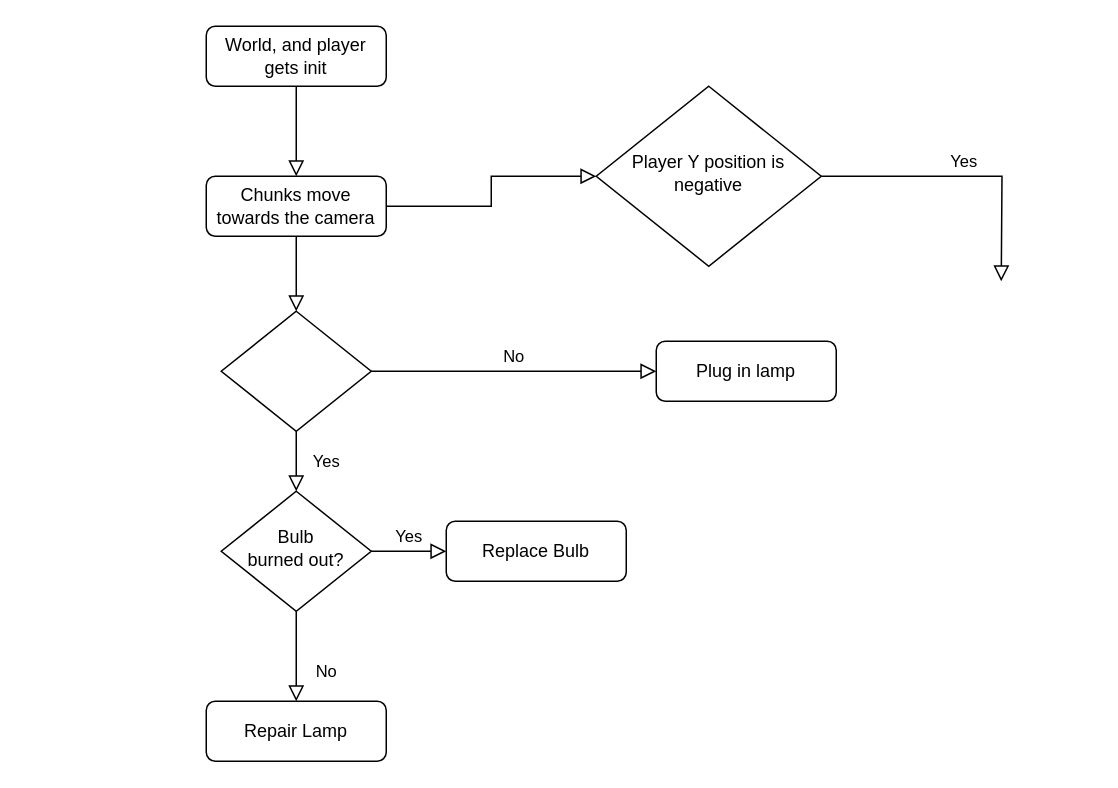
Earlier version of the draw.io diagram Main Gameplay Loop.drawio (OneBogdan01/tmpl8WSL2). Source tidied: cells renumbered, new cells numbered last; positions are measured from the earlier drawing's top-left corner, leaving out a move shared by most shapes. Both pictures are drawn from the tidied source at 150%, with x=0, y=0 at pixel (206, 26).
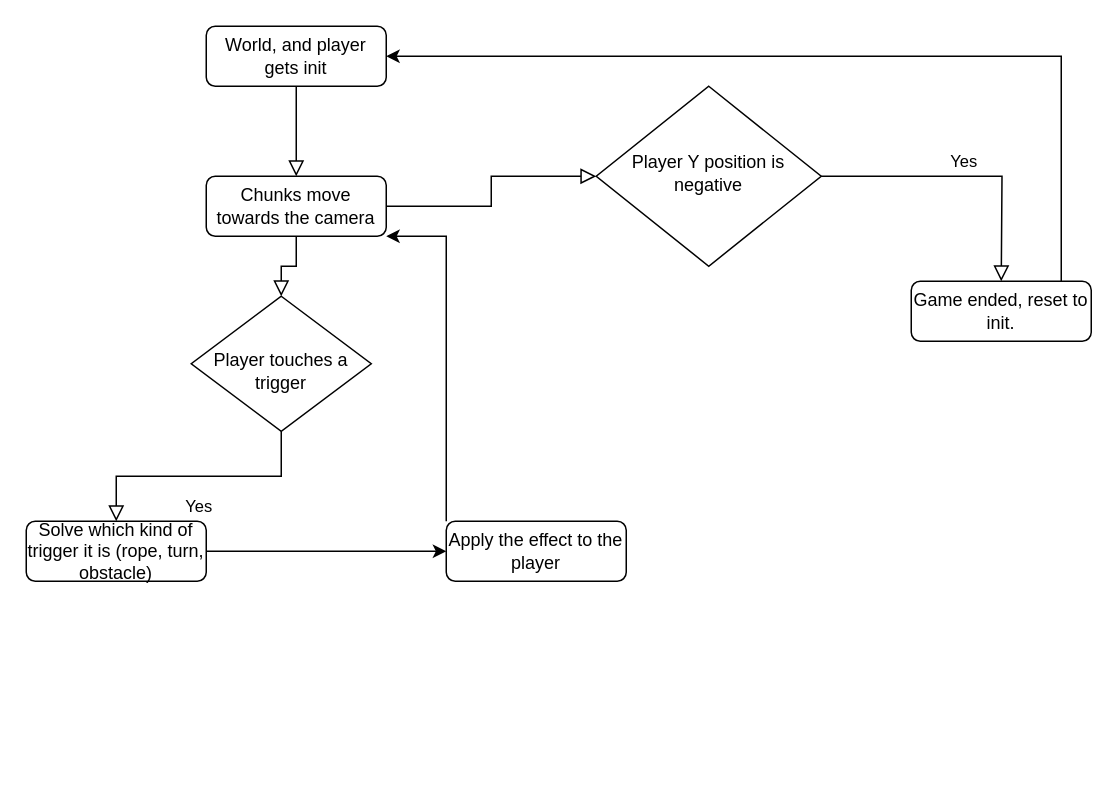
After the change.

The change refers to these unchanged cells:
```xml
<mxCell id="3" value="&lt;div&gt;Chunks move towards the camera&lt;/div&gt;" style="rounded=1;whiteSpace=wrap;html=1;fontSize=12;glass=0;strokeWidth=1;shadow=0;" parent="1" vertex="1">
  <mxGeometry y="100" width="120" height="40" as="geometry" />
</mxCell>
<mxCell id="13" value="World, and player gets init" style="rounded=1;whiteSpace=wrap;html=1;fontSize=12;glass=0;strokeWidth=1;shadow=0;" parent="1" vertex="1">
  <mxGeometry width="120" height="40" as="geometry" />
</mxCell>
```

Change to the diagram source:
```diff
@@
-    <mxCell id="4" value="Yes" style="rounded=0;html=1;jettySize=auto;fontSize=11;endArrow=block;endFill=0;endSize=8;strokeWidth=1;shadow=0;labelBackgroundColor=none;edgeStyle=orthogonalEdgeStyle;" parent="1" edge="1" source="6" target="10">
+    <mxCell id="4" value="Yes" style="rounded=0;html=1;jettySize=auto;fontSize=11;endArrow=block;endFill=0;endSize=8;strokeWidth=1;shadow=0;labelBackgroundColor=none;edgeStyle=orthogonalEdgeStyle;" parent="1" edge="1" source="6" target="22">
       <mxGeometry y="20" relative="1" as="geometry" />
     </mxCell>
-    <mxCell id="5" value="No" style="edgeStyle=orthogonalEdgeStyle;rounded=0;html=1;jettySize=auto;fontSize=11;endArrow=block;endFill=0;endSize=8;strokeWidth=1;shadow=0;labelBackgroundColor=none;" parent="1" edge="1" source="6" target="7">
-      <mxGeometry y="10" relative="1" as="geometry" />
-    </mxCell>
-    <mxCell id="6" style="rhombus;whiteSpace=wrap;html=1;shadow=0;fontFamily=Helvetica;fontSize=12;align=center;strokeWidth=1;spacing=6;spacingTop=-4;" parent="1" vertex="1">
-      <mxGeometry x="10" y="190" width="100" height="80" as="geometry" />
+    <mxCell id="6" value="&lt;br&gt;Player touches a trigger" style="rhombus;whiteSpace=wrap;html=1;shadow=0;fontFamily=Helvetica;fontSize=12;align=center;strokeWidth=1;spacing=6;spacingTop=-4;" parent="1" vertex="1">
+      <mxGeometry x="-10" y="180" width="120" height="90" as="geometry" />
     </mxCell>
-    <mxCell id="7" value="Plug in lamp" style="rounded=1;whiteSpace=wrap;html=1;fontSize=12;glass=0;strokeWidth=1;shadow=0;" parent="1" vertex="1">
-      <mxGeometry x="300" y="210" width="120" height="40" as="geometry" />
-    </mxCell>
-    <mxCell id="8" value="No" style="rounded=0;html=1;jettySize=auto;fontSize=11;endArrow=block;endFill=0;endSize=8;strokeWidth=1;shadow=0;labelBackgroundColor=none;edgeStyle=orthogonalEdgeStyle;" parent="1" edge="1" source="10" target="11">
-      <mxGeometry x="0.33" y="20" relative="1" as="geometry" />
-    </mxCell>
-    <mxCell id="9" value="Yes" style="edgeStyle=orthogonalEdgeStyle;rounded=0;html=1;jettySize=auto;fontSize=11;endArrow=block;endFill=0;endSize=8;strokeWidth=1;shadow=0;labelBackgroundColor=none;" parent="1" edge="1" source="10" target="12">
-      <mxGeometry y="10" relative="1" as="geometry" />
-    </mxCell>
-    <mxCell id="10" value="Bulb&lt;br&gt;burned out?" style="rhombus;whiteSpace=wrap;html=1;shadow=0;fontFamily=Helvetica;fontSize=12;align=center;strokeWidth=1;spacing=6;spacingTop=-4;" parent="1" vertex="1">
-      <mxGeometry x="10" y="310" width="100" height="80" as="geometry" />
-    </mxCell>
-    <mxCell id="11" value="Repair Lamp" style="rounded=1;whiteSpace=wrap;html=1;fontSize=12;glass=0;strokeWidth=1;shadow=0;" parent="1" vertex="1">
-      <mxGeometry y="450" width="120" height="40" as="geometry" />
-    </mxCell>
+    <mxCell id="18" style="edgeStyle=orthogonalEdgeStyle;rounded=0;jettySize=auto;html=1;entryX=1;entryY=1;entryDx=0;entryDy=0;" parent="1" edge="1" source="12" target="3">
+      <mxGeometry relative="1" as="geometry">
+        <Array as="points">
+          <mxPoint x="160" y="140" />
+        </Array>
+      </mxGeometry>
+    </mxCell>
-    <mxCell id="12" value="Replace Bulb" style="rounded=1;whiteSpace=wrap;html=1;fontSize=12;glass=0;strokeWidth=1;shadow=0;" parent="1" vertex="1">
+    <mxCell id="12" value="Apply the effect to the player" style="rounded=1;whiteSpace=wrap;html=1;fontSize=12;glass=0;strokeWidth=1;shadow=0;" parent="1" vertex="1">
       <mxGeometry x="160" y="330" width="120" height="40" as="geometry" />
     </mxCell>
@@
+    <mxCell id="19" style="edgeStyle=orthogonalEdgeStyle;rounded=0;jettySize=auto;html=1;entryX=1;entryY=0.5;entryDx=0;entryDy=0;" parent="1" edge="1" source="20" target="13">
+      <mxGeometry relative="1" as="geometry">
+        <Array as="points">
+          <mxPoint x="570" y="20" />
+        </Array>
+      </mxGeometry>
+    </mxCell>
+    <mxCell id="20" value="Game ended, reset to init." style="rounded=1;whiteSpace=wrap;html=1;fontSize=12;glass=0;strokeWidth=1;shadow=0;" parent="1" vertex="1">
+      <mxGeometry x="470" y="170" width="120" height="40" as="geometry" />
+    </mxCell>
+    <mxCell id="21" style="edgeStyle=orthogonalEdgeStyle;rounded=0;jettySize=auto;html=1;" parent="1" edge="1" source="22" target="12">
+      <mxGeometry relative="1" as="geometry" />
+    </mxCell>
+    <mxCell id="22" value="Solve which kind of trigger it is (rope, turn, obstacle)" style="rounded=1;whiteSpace=wrap;html=1;fontSize=12;glass=0;strokeWidth=1;shadow=0;" parent="1" vertex="1">
+      <mxGeometry x="-120" y="330" width="120" height="40" as="geometry" />
+    </mxCell>
```
